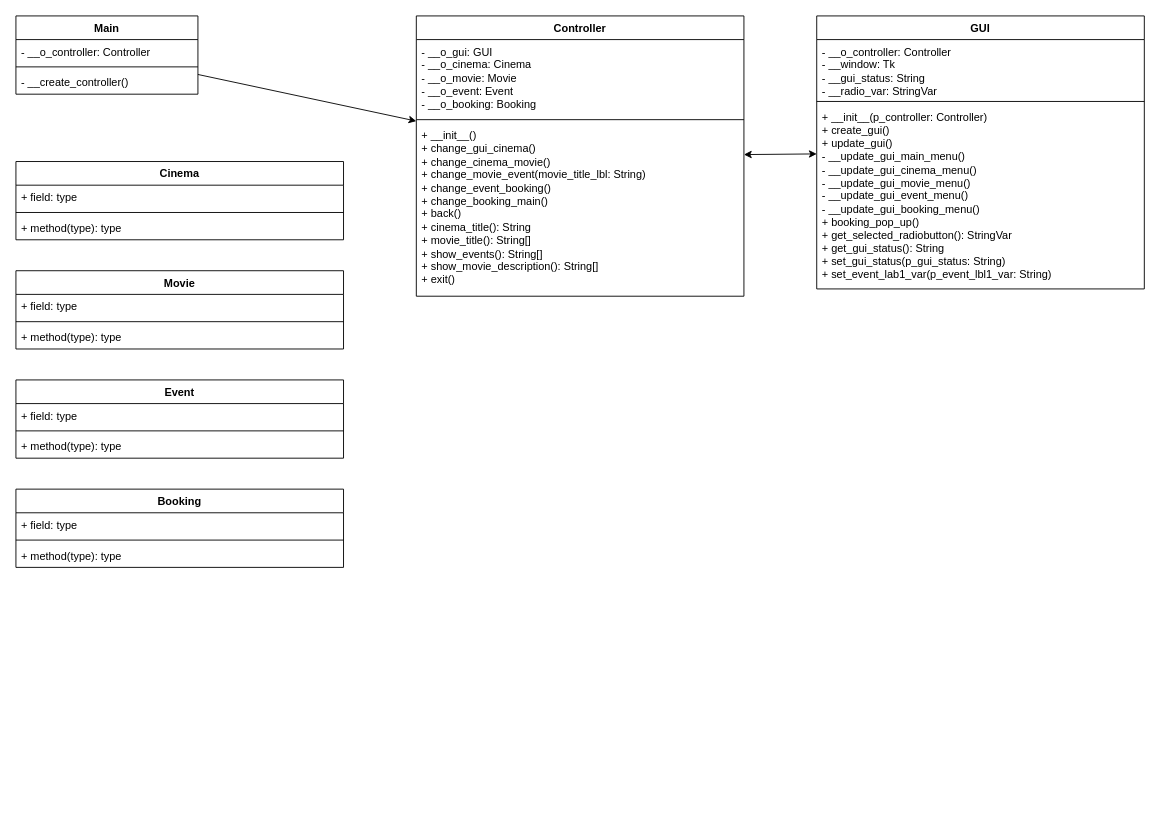
This is Klassendiagramm Kinobuchungsprogramm.drawio from SirPatschiii/Kinobuchungsprogramm, a draw.io file, before an edit. Source tidied: cells renumbered, new cells numbered last; positions are measured from the earlier drawing's top-left corner, leaving out a move shared by most shapes. Both pictures are drawn from the tidied source at 91%, with x=0, y=0 at pixel (15, 15).
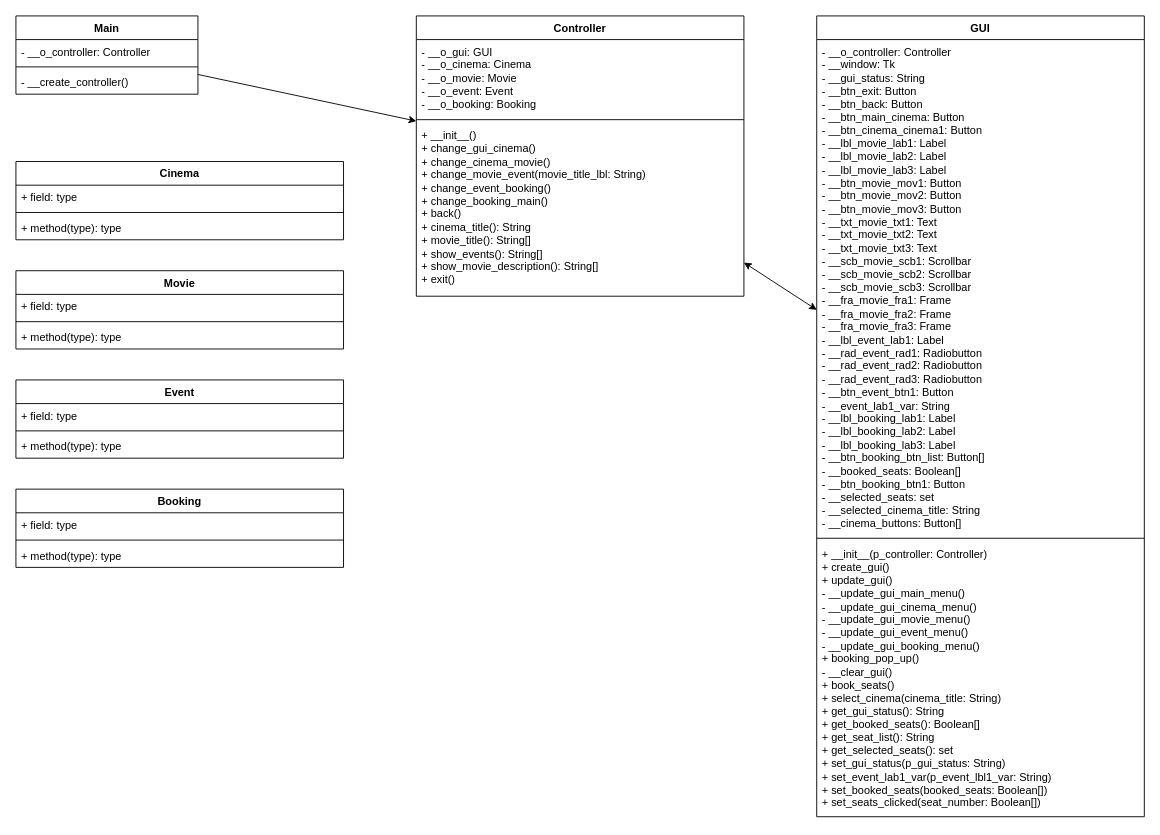
Above is the later version.

Change to the diagram source:
```diff
@@
     <mxCell id="6" value="GUI" style="swimlane;fontStyle=1;align=center;verticalAlign=top;horizontal=1;startSize=26;whiteSpace=wrap;html=1;" parent="1" vertex="1">
-      <mxGeometry x="880" width="360" height="300" as="geometry" />
+      <mxGeometry x="880" width="360" height="880" as="geometry" />
     </mxCell>
-    <mxCell id="7" value="- __o_controller: Controller&lt;br&gt;- __window: Tk&lt;br&gt;- __gui_status: String&lt;br&gt;- __radio_var: StringVar" style="text;strokeColor=none;fillColor=none;align=left;verticalAlign=top;spacingLeft=4;spacingRight=4;overflow=hidden;whiteSpace=wrap;html=1;" parent="6" vertex="1">
-      <mxGeometry y="26" width="360" height="64" as="geometry" />
+    <mxCell id="7" value="- __o_controller: Controller&lt;br&gt;- __window: Tk&lt;br&gt;- __gui_status: String&lt;br&gt;- __btn_exit: Button&lt;br&gt;- __btn_back: Button&lt;br&gt;- __btn_main_cinema: Button&lt;br&gt;- __btn_cinema_cinema1: Button&lt;br&gt;- __lbl_movie_lab1: Label&lt;br&gt;- __lbl_movie_lab2: Label&lt;br&gt;- __lbl_movie_lab3: Label&lt;br&gt;- __btn_movie_mov1: Button&lt;br&gt;- __btn_movie_mov2: Button&lt;br&gt;- __btn_movie_mov3: Button&lt;br&gt;- __txt_movie_txt1: Text&lt;br&gt;- __txt_movie_txt2: Text&lt;br&gt;- __txt_movie_txt3: Text&lt;br&gt;- __scb_movie_scb1: Scrollbar&lt;br&gt;- __scb_movie_scb2: Scrollbar&lt;br&gt;- __scb_movie_scb3: Scrollbar&lt;br&gt;- __fra_movie_fra1: Frame&lt;br&gt;- __fra_movie_fra2: Frame&lt;br&gt;- __fra_movie_fra3: Frame&lt;br&gt;- __lbl_event_lab1: Label&lt;br&gt;- __rad_event_rad1: Radiobutton&lt;br&gt;- __rad_event_rad2: Radiobutton&lt;br&gt;- __rad_event_rad3: Radiobutton&lt;br&gt;- __btn_event_btn1: Button&lt;br&gt;- __event_lab1_var: String&lt;br&gt;- __lbl_booking_lab1: Label&lt;br&gt;- __lbl_booking_lab2: Label&lt;br&gt;- __lbl_booking_lab3: Label&lt;br&gt;- __btn_booking_btn_list: Button[]&lt;br&gt;- __booked_seats: Boolean[]&lt;br&gt;- __btn_booking_btn1: Button&lt;br&gt;- __selected_seats: set&lt;br&gt;- __selected_cinema_title: String&lt;br&gt;- __cinema_buttons: Button[]" style="text;strokeColor=none;fillColor=none;align=left;verticalAlign=top;spacingLeft=4;spacingRight=4;overflow=hidden;whiteSpace=wrap;html=1;" parent="6" vertex="1">
+      <mxGeometry y="26" width="360" height="544" as="geometry" />
     </mxCell>
     <mxCell id="8" style="line;strokeWidth=1;fillColor=none;align=left;verticalAlign=middle;spacingTop=-1;spacingLeft=3;spacingRight=3;labelPosition=right;strokeColor=inherit;" parent="6" vertex="1">
-      <mxGeometry y="90" width="360" height="8" as="geometry" />
+      <mxGeometry y="570" width="360" height="8" as="geometry" />
     </mxCell>
-    <mxCell id="9" value="+ __init__(p_controller: Controller)&lt;br&gt;+ create_gui()&lt;br&gt;+ update_gui()&lt;br&gt;- __update_gui_main_menu()&lt;br&gt;- __update_gui_cinema_menu()&lt;br&gt;- __update_gui_movie_menu()&lt;br&gt;- __update_gui_event_menu()&lt;br&gt;- __update_gui_booking_menu()&lt;br&gt;+ booking_pop_up()&lt;br&gt;+ get_selected_radiobutton(): StringVar&lt;br&gt;+ get_gui_status(): String&lt;br&gt;+ set_gui_status(p_gui_status: String)&lt;br&gt;+ set_event_lab1_var(p_event_lbl1_var: String)" style="text;strokeColor=none;fillColor=none;align=left;verticalAlign=top;spacingLeft=4;spacingRight=4;overflow=hidden;whiteSpace=wrap;html=1;" parent="6" vertex="1">
-      <mxGeometry y="98" width="360" height="202" as="geometry" />
+    <mxCell id="9" value="+ __init__(p_controller: Controller)&lt;br&gt;+ create_gui()&lt;br&gt;+ update_gui()&lt;br&gt;- __update_gui_main_menu()&lt;br&gt;- __update_gui_cinema_menu()&lt;br&gt;- __update_gui_movie_menu()&lt;br&gt;- __update_gui_event_menu()&lt;br&gt;- __update_gui_booking_menu()&lt;br&gt;+ booking_pop_up()&lt;br&gt;- __clear_gui()&lt;br&gt;+ book_seats()&lt;br&gt;+ select_cinema(cinema_title: String)&lt;br&gt;+ get_gui_status(): String&lt;br&gt;+ get_booked_seats(): Boolean[]&lt;br&gt;+ get_seat_list(): String&lt;br&gt;+ get_selected_seats(): set&lt;br&gt;+ set_gui_status(p_gui_status: String)&lt;br&gt;+ set_event_lab1_var(p_event_lbl1_var: String)&lt;br&gt;+ set_booked_seats(booked_seats: Boolean[])&lt;br&gt;+ set_seats_clicked(seat_number: Boolean[])" style="text;strokeColor=none;fillColor=none;align=left;verticalAlign=top;spacingLeft=4;spacingRight=4;overflow=hidden;whiteSpace=wrap;html=1;" parent="6" vertex="1">
+      <mxGeometry y="578" width="360" height="302" as="geometry" />
     </mxCell>
```
